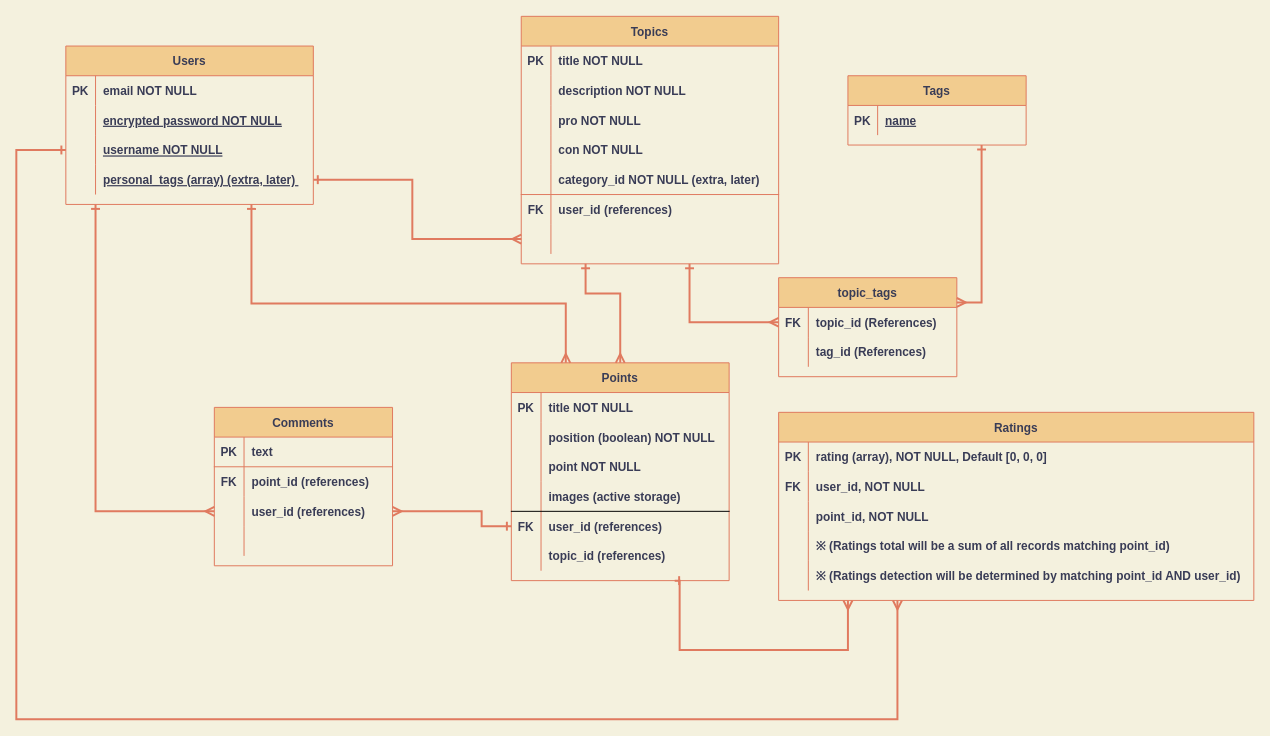
Before: ER.drawio in FM-HXR/nebulus, a draw.io diagram. Source tidied: cells renumbered, new cells numbered last; positions are measured from the earlier drawing's top-left corner, leaving out a move shared by most shapes. Both pictures are drawn from the tidied source at 99%, with x=0, y=0 at pixel (16, 16).
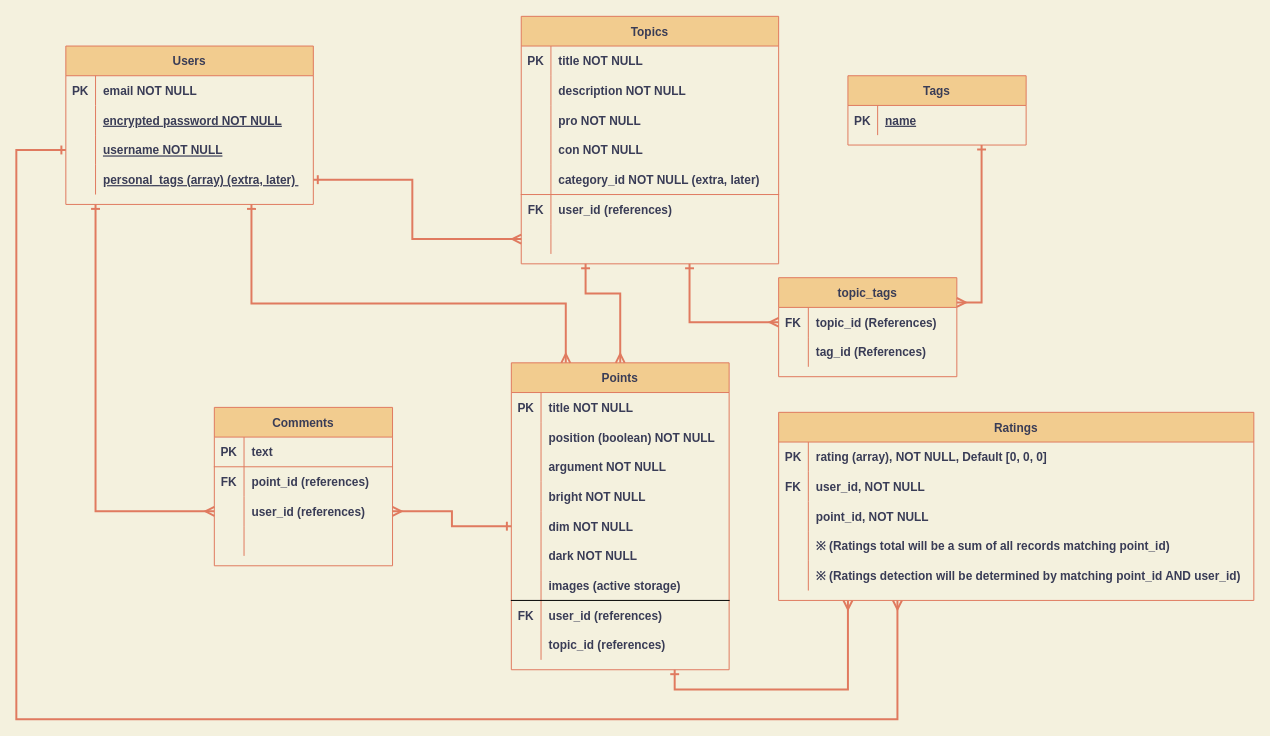
The same page after the edit.

The change refers to these unchanged cells:
```xml
<mxCell id="9" style="shape=partialRectangle;fillColor=none;top=0;left=0;bottom=1;right=0;fontColor=#393C56;strokeColor=none;" parent="2" vertex="1">
  <mxGeometry y="90" width="220" height="30" as="geometry" />
</mxCell>
<mxCell id="28" style="shape=partialRectangle;fillColor=none;top=0;left=0;bottom=0;right=0;points=[[0,0.5],[1,0.5]];portConstraint=eastwest;strokeColor=#E07A5F;fontColor=#393C56;" parent="21" vertex="1">
  <mxGeometry y="90" width="180" height="30" as="geometry" />
</mxCell>
```

The edit, as a diff of the source:
```diff
@@
     <mxCell id="2" value="Points" style="shape=table;startSize=30;childLayout=tableLayout;rowLines=0;fontStyle=1;align=center;fillColor=#F2CC8F;strokeColor=#E07A5F;fontColor=#393C56;" parent="1" vertex="1">
-      <mxGeometry x="500" y="350" width="220" height="220" as="geometry" />
+      <mxGeometry x="500" y="350" width="220" height="310" as="geometry" />
     </mxCell>
@@
-    <mxCell id="11" value="point NOT NULL" style="shape=partialRectangle;fillColor=none;top=0;left=0;bottom=0;right=0;align=left;spacingLeft=6;fontStyle=1;overflow=hidden;strokeColor=#E07A5F;fontColor=#393C56;" parent="9" vertex="1">
+    <mxCell id="11" value="argument NOT NULL" style="shape=partialRectangle;fillColor=none;top=0;left=0;bottom=0;right=0;align=left;spacingLeft=6;fontStyle=1;overflow=hidden;strokeColor=#E07A5F;fontColor=#393C56;" parent="9" vertex="1">
       <mxGeometry x="30" width="190" height="30" as="geometry" />
     </mxCell>
+    <mxCell id="105" style="shape=partialRectangle;fillColor=none;top=0;left=0;bottom=1;right=0;fontColor=#393C56;strokeColor=none;" parent="2" vertex="1">
+      <mxGeometry y="120" width="220" height="30" as="geometry" />
+    </mxCell>
+    <mxCell id="106" style="shape=partialRectangle;fillColor=none;top=0;left=0;bottom=0;right=0;fontStyle=1;overflow=hidden;strokeColor=#E07A5F;fontColor=#393C56;" parent="105" vertex="1">
+      <mxGeometry width="30" height="30" as="geometry" />
+    </mxCell>
+    <mxCell id="107" value="bright NOT NULL" style="shape=partialRectangle;fillColor=none;top=0;left=0;bottom=0;right=0;align=left;spacingLeft=6;fontStyle=1;overflow=hidden;strokeColor=#E07A5F;fontColor=#393C56;" parent="105" vertex="1">
+      <mxGeometry x="30" width="190" height="30" as="geometry" />
+    </mxCell>
+    <mxCell id="108" style="shape=partialRectangle;fillColor=none;top=0;left=0;bottom=1;right=0;fontColor=#393C56;strokeColor=none;" parent="2" vertex="1">
+      <mxGeometry y="150" width="220" height="30" as="geometry" />
+    </mxCell>
+    <mxCell id="109" style="shape=partialRectangle;fillColor=none;top=0;left=0;bottom=0;right=0;fontStyle=1;overflow=hidden;strokeColor=#E07A5F;fontColor=#393C56;" parent="108" vertex="1">
+      <mxGeometry width="30" height="30" as="geometry" />
+    </mxCell>
+    <mxCell id="110" value="dim NOT NULL" style="shape=partialRectangle;fillColor=none;top=0;left=0;bottom=0;right=0;align=left;spacingLeft=6;fontStyle=1;overflow=hidden;strokeColor=#E07A5F;fontColor=#393C56;" parent="108" vertex="1">
+      <mxGeometry x="30" width="190" height="30" as="geometry" />
+    </mxCell>
+    <mxCell id="111" style="shape=partialRectangle;fillColor=none;top=0;left=0;bottom=1;right=0;fontColor=#393C56;strokeColor=none;" parent="2" vertex="1">
+      <mxGeometry y="180" width="220" height="30" as="geometry" />
+    </mxCell>
+    <mxCell id="112" style="shape=partialRectangle;fillColor=none;top=0;left=0;bottom=0;right=0;fontStyle=1;overflow=hidden;strokeColor=#E07A5F;fontColor=#393C56;" parent="111" vertex="1">
+      <mxGeometry width="30" height="30" as="geometry" />
+    </mxCell>
+    <mxCell id="113" value="dark NOT NULL" style="shape=partialRectangle;fillColor=none;top=0;left=0;bottom=0;right=0;align=left;spacingLeft=6;fontStyle=1;overflow=hidden;strokeColor=#E07A5F;fontColor=#393C56;" parent="111" vertex="1">
+      <mxGeometry x="30" width="190" height="30" as="geometry" />
+    </mxCell>
     <mxCell id="12" style="shape=partialRectangle;fillColor=none;top=0;left=0;bottom=1;right=0;fontColor=#393C56;strokeColor=#000000;" parent="2" vertex="1">
-      <mxGeometry y="120" width="220" height="30" as="geometry" />
+      <mxGeometry y="210" width="220" height="30" as="geometry" />
     </mxCell>
@@
     <mxCell id="15" style="shape=partialRectangle;fillColor=none;top=0;left=0;bottom=0;right=0;strokeColor=#E07A5F;fontColor=#393C56;" parent="2" vertex="1">
-      <mxGeometry y="150" width="220" height="30" as="geometry" />
+      <mxGeometry y="240" width="220" height="30" as="geometry" />
     </mxCell>
@@
     <mxCell id="18" style="shape=partialRectangle;fillColor=none;top=0;left=0;bottom=0;right=0;strokeColor=#E07A5F;fontColor=#393C56;" parent="2" vertex="1">
-      <mxGeometry y="180" width="220" height="30" as="geometry" />
+      <mxGeometry y="270" width="220" height="30" as="geometry" />
     </mxCell>
@@
     <mxCell id="83" style="endArrow=ERmany;html=1;rounded=0;strokeColor=#E07A5F;fillColor=#F2CC8F;fontColor=#393C56;edgeStyle=orthogonalEdgeStyle;entryX=1;entryY=0.5;entryDx=0;entryDy=0;startArrow=ERone;startFill=0;endFill=0;strokeWidth=2;exitX=0;exitY=0.5;exitDx=0;exitDy=0;" parent="1" edge="1" target="28">
       <mxGeometry relative="1" as="geometry">
         <mxPoint x="500" y="515" as="sourcePoint" />
         <Array as="points">
-          <mxPoint x="470" y="515" />
-          <mxPoint x="470" y="500" />
+          <mxPoint x="440" y="515" />
+          <mxPoint x="440" y="500" />
         </Array>
       </mxGeometry>
     </mxCell>
@@
     <mxCell id="103" style="endArrow=ERmany;html=1;rounded=0;strokeColor=#E07A5F;fillColor=#F2CC8F;fontColor=#393C56;edgeStyle=orthogonalEdgeStyle;startArrow=ERone;startFill=0;endFill=0;strokeWidth=2;exitX=0.75;exitY=1;exitDx=0;exitDy=0;" parent="1" edge="1" source="2">
       <mxGeometry relative="1" as="geometry">
         <mxPoint x="840" y="590" as="targetPoint" />
         <Array as="points">
-          <mxPoint x="670" y="570" />
-          <mxPoint x="670" y="640" />
-          <mxPoint x="840" y="640" />
+          <mxPoint x="665" y="680" />
+          <mxPoint x="840" y="680" />
         </Array>
       </mxGeometry>
     </mxCell>
```
